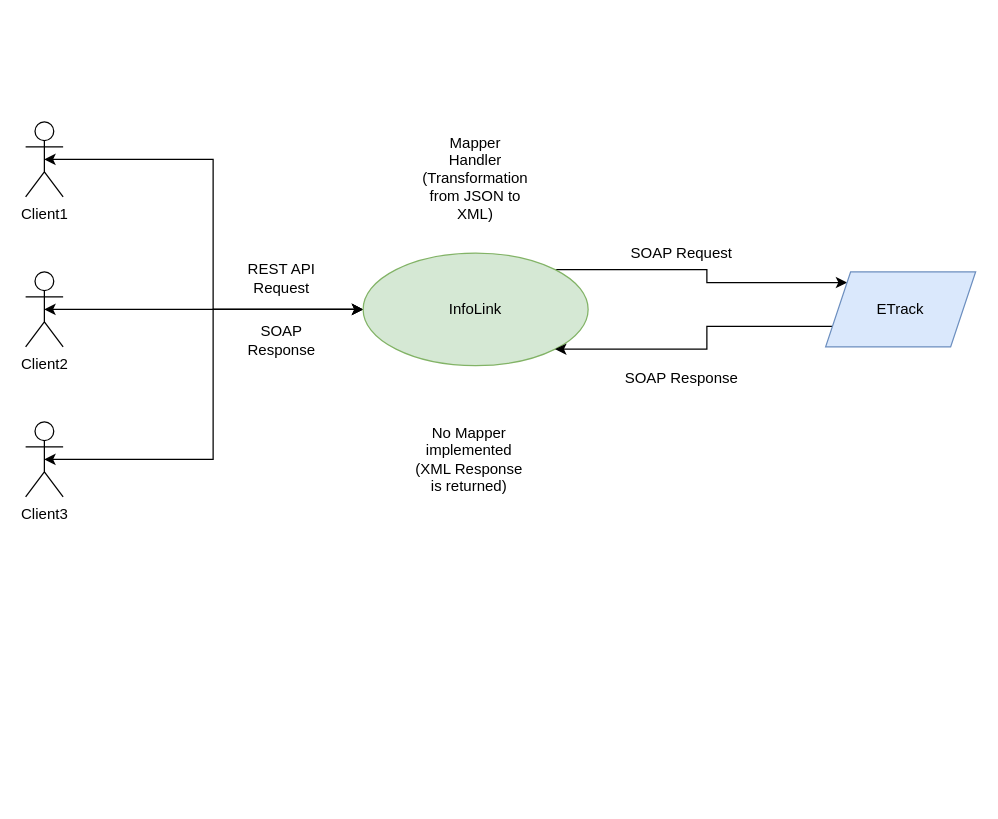
jassirwani/posta-mind-mapping keeps this draw.io diagram as Untitled Diagram.drawio. Above is the earlier version. Source tidied: cells renumbered, new cells numbered last; positions are measured from the earlier drawing's top-left corner, leaving out a move shared by most shapes. Both pictures are drawn from the tidied source at 125%, with x=0, y=0 at pixel (25, 109).
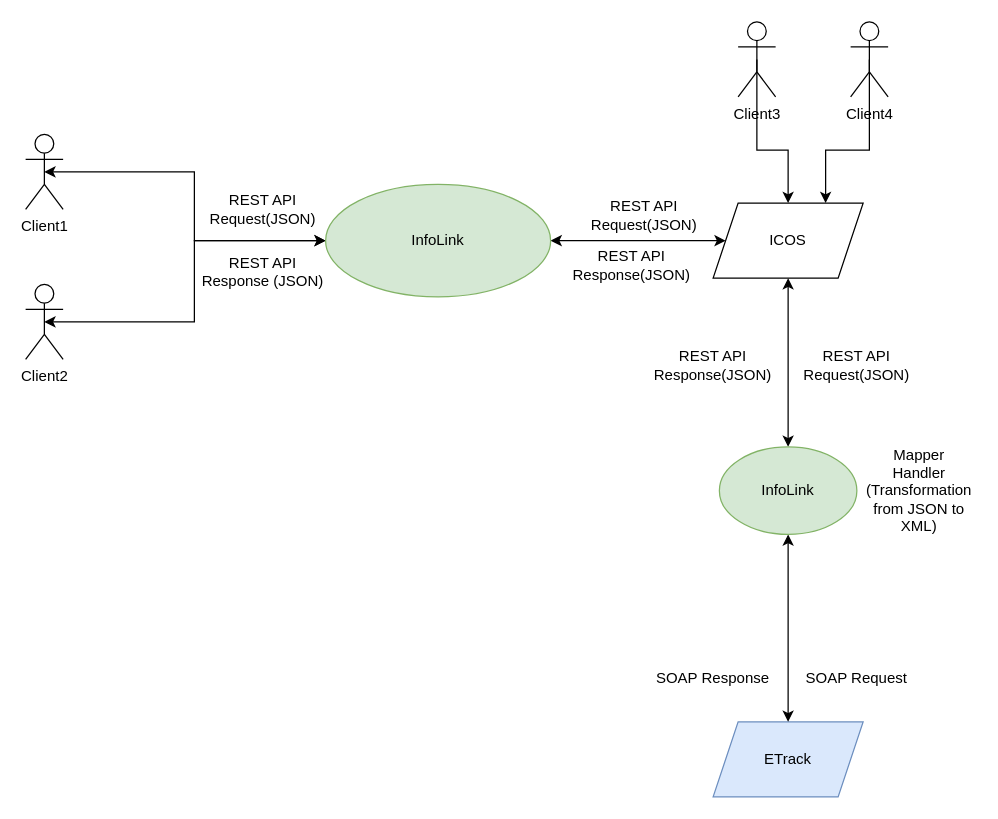
Above is the later version.

Diff of the diagram source:
```diff
@@
     <mxCell id="3" value="Client1" style="shape=umlActor;verticalLabelPosition=bottom;verticalAlign=top;html=1;outlineConnect=0;" parent="1" vertex="1">
-      <mxGeometry y="10" width="30" height="60" as="geometry" />
+      <mxGeometry y="20" width="30" height="60" as="geometry" />
     </mxCell>
-    <mxCell id="4" style="edgeStyle=orthogonalEdgeStyle;rounded=0;jettySize=auto;html=1;exitX=0.5;exitY=0.5;exitDx=0;exitDy=0;exitPerimeter=0;entryX=0;entryY=0.5;entryDx=0;entryDy=0;startArrow=classic;startFill=1;" parent="1" edge="1" source="5" target="9">
-      <mxGeometry relative="1" as="geometry" />
-    </mxCell>
-    <mxCell id="5" value="Client2" style="shape=umlActor;verticalLabelPosition=bottom;verticalAlign=top;html=1;outlineConnect=0;" parent="1" vertex="1">
-      <mxGeometry y="130" width="30" height="60" as="geometry" />
-    </mxCell>
@@
-    <mxCell id="7" value="Client3" style="shape=umlActor;verticalLabelPosition=bottom;verticalAlign=top;html=1;outlineConnect=0;" parent="1" vertex="1">
-      <mxGeometry y="250" width="30" height="60" as="geometry" />
+    <mxCell id="7" value="Client2" style="shape=umlActor;verticalLabelPosition=bottom;verticalAlign=top;html=1;outlineConnect=0;" parent="1" vertex="1">
+      <mxGeometry y="140" width="30" height="60" as="geometry" />
     </mxCell>
-    <mxCell id="8" style="edgeStyle=orthogonalEdgeStyle;rounded=0;jettySize=auto;html=1;exitX=1;exitY=0;exitDx=0;exitDy=0;entryX=0;entryY=0;entryDx=0;entryDy=0;" parent="1" edge="1" source="9" target="11">
-      <mxGeometry relative="1" as="geometry" />
-    </mxCell>
+    <mxCell id="18" style="edgeStyle=orthogonalEdgeStyle;rounded=0;jettySize=auto;html=1;exitX=1;exitY=0.5;exitDx=0;exitDy=0;entryX=0;entryY=0.5;entryDx=0;entryDy=0;startArrow=classic;startFill=1;" parent="1" edge="1" source="9" target="20">
+      <mxGeometry relative="1" as="geometry" />
+    </mxCell>
     <mxCell id="9" value="InfoLink" style="ellipse;whiteSpace=wrap;html=1;fillColor=#d5e8d4;strokeColor=#82b366;" parent="1" vertex="1">
-      <mxGeometry x="270" y="115" width="180" height="90" as="geometry" />
+      <mxGeometry x="240" y="60" width="180" height="90" as="geometry" />
     </mxCell>
-    <mxCell id="10" style="edgeStyle=orthogonalEdgeStyle;rounded=0;jettySize=auto;html=1;exitX=0;exitY=0.75;exitDx=0;exitDy=0;entryX=1;entryY=1;entryDx=0;entryDy=0;" parent="1" edge="1" source="11" target="9">
-      <mxGeometry relative="1" as="geometry" />
-    </mxCell>
     <mxCell id="11" value="ETrack" style="shape=parallelogram;perimeter=parallelogramPerimeter;whiteSpace=wrap;html=1;fixedSize=1;fillColor=#dae8fc;strokeColor=#6c8ebf;" parent="1" vertex="1">
-      <mxGeometry x="640" y="130" width="120" height="60" as="geometry" />
+      <mxGeometry x="550" y="490" width="120" height="60" as="geometry" />
     </mxCell>
-    <mxCell id="12" value="REST API Request" style="text;html=1;strokeColor=none;fillColor=none;align=center;verticalAlign=middle;whiteSpace=wrap;rounded=0;" parent="1" vertex="1">
-      <mxGeometry x="160" y="120" width="90" height="30" as="geometry" />
+    <mxCell id="12" value="REST API Request(JSON)" style="text;html=1;strokeColor=none;fillColor=none;align=center;verticalAlign=middle;whiteSpace=wrap;rounded=0;" parent="1" vertex="1">
+      <mxGeometry x="145" y="60" width="90" height="40" as="geometry" />
     </mxCell>
     <mxCell id="13" value="SOAP Response" style="text;html=1;strokeColor=none;fillColor=none;align=center;verticalAlign=middle;whiteSpace=wrap;rounded=0;" parent="1" vertex="1">
-      <mxGeometry x="470" y="200" width="110" height="30" as="geometry" />
+      <mxGeometry x="500" y="440" width="100" height="30" as="geometry" />
     </mxCell>
     <mxCell id="14" value="Mapper&lt;br&gt;Handler&lt;br&gt;(Transformation from JSON to XML)" style="text;html=1;strokeColor=none;fillColor=none;align=center;verticalAlign=middle;whiteSpace=wrap;rounded=0;" parent="1" vertex="1">
-      <mxGeometry x="315" width="90" height="110" as="geometry" />
+      <mxGeometry x="670" y="250" width="90" height="110" as="geometry" />
     </mxCell>
-    <mxCell id="15" value="SOAP Request" style="text;html=1;strokeColor=none;fillColor=none;align=center;verticalAlign=middle;whiteSpace=wrap;rounded=0;" parent="1" vertex="1">
-      <mxGeometry x="470" y="100" width="110" height="30" as="geometry" />
+    <mxCell id="15" value="REST API Request(JSON)" style="text;html=1;strokeColor=none;fillColor=none;align=center;verticalAlign=middle;whiteSpace=wrap;rounded=0;" parent="1" vertex="1">
+      <mxGeometry x="440" y="70" width="110" height="30" as="geometry" />
     </mxCell>
-    <mxCell id="16" value="SOAP Response" style="text;html=1;strokeColor=none;fillColor=none;align=center;verticalAlign=middle;whiteSpace=wrap;rounded=0;" parent="1" vertex="1">
-      <mxGeometry x="160" y="170" width="90" height="30" as="geometry" />
+    <mxCell id="16" value="REST API Response (JSON)" style="text;html=1;strokeColor=none;fillColor=none;align=center;verticalAlign=middle;whiteSpace=wrap;rounded=0;" parent="1" vertex="1">
+      <mxGeometry x="140" y="110" width="100" height="40" as="geometry" />
     </mxCell>
-    <mxCell id="17" value="No Mapper implemented (XML Response is returned)" style="text;html=1;strokeColor=none;fillColor=none;align=center;verticalAlign=middle;whiteSpace=wrap;rounded=0;" parent="1" vertex="1">
-      <mxGeometry x="310" y="225" width="90" height="110" as="geometry" />
-    </mxCell>
+    <mxCell id="19" style="edgeStyle=orthogonalEdgeStyle;rounded=0;jettySize=auto;html=1;exitX=0.5;exitY=1;exitDx=0;exitDy=0;entryX=0.5;entryY=0;entryDx=0;entryDy=0;startArrow=classic;startFill=1;" parent="1" edge="1" source="20" target="22">
+      <mxGeometry relative="1" as="geometry" />
+    </mxCell>
+    <mxCell id="20" value="ICOS" style="shape=parallelogram;perimeter=parallelogramPerimeter;whiteSpace=wrap;html=1;fixedSize=1;" parent="1" vertex="1">
+      <mxGeometry x="550" y="75" width="120" height="60" as="geometry" />
+    </mxCell>
+    <mxCell id="21" style="edgeStyle=orthogonalEdgeStyle;rounded=0;jettySize=auto;html=1;exitX=0.5;exitY=1;exitDx=0;exitDy=0;entryX=0.5;entryY=0;entryDx=0;entryDy=0;startArrow=classic;startFill=1;" parent="1" edge="1" source="22" target="11">
+      <mxGeometry relative="1" as="geometry" />
+    </mxCell>
+    <mxCell id="22" value="InfoLink" style="ellipse;whiteSpace=wrap;html=1;fillColor=#d5e8d4;strokeColor=#82b366;" parent="1" vertex="1">
+      <mxGeometry x="555" y="270" width="110" height="70" as="geometry" />
+    </mxCell>
+    <mxCell id="23" value="SOAP Request" style="text;html=1;strokeColor=none;fillColor=none;align=center;verticalAlign=middle;whiteSpace=wrap;rounded=0;" parent="1" vertex="1">
+      <mxGeometry x="620" y="440" width="90" height="30" as="geometry" />
+    </mxCell>
+    <mxCell id="24" value="REST API Response(JSON)" style="text;html=1;strokeColor=none;fillColor=none;align=center;verticalAlign=middle;whiteSpace=wrap;rounded=0;" parent="1" vertex="1">
+      <mxGeometry x="430" y="110" width="110" height="30" as="geometry" />
+    </mxCell>
+    <mxCell id="25" value="REST API Request(JSON)" style="text;html=1;strokeColor=none;fillColor=none;align=center;verticalAlign=middle;whiteSpace=wrap;rounded=0;" parent="1" vertex="1">
+      <mxGeometry x="610" y="190" width="110" height="30" as="geometry" />
+    </mxCell>
+    <mxCell id="26" value="REST API Response(JSON)" style="text;html=1;strokeColor=none;fillColor=none;align=center;verticalAlign=middle;whiteSpace=wrap;rounded=0;" parent="1" vertex="1">
+      <mxGeometry x="495" y="190" width="110" height="30" as="geometry" />
+    </mxCell>
+    <mxCell id="27" style="edgeStyle=orthogonalEdgeStyle;rounded=0;jettySize=auto;html=1;exitX=0.5;exitY=0.5;exitDx=0;exitDy=0;exitPerimeter=0;entryX=0.5;entryY=0;entryDx=0;entryDy=0;" parent="1" edge="1" source="28" target="20">
+      <mxGeometry relative="1" as="geometry" />
+    </mxCell>
+    <mxCell id="28" value="Client3" style="shape=umlActor;verticalLabelPosition=bottom;verticalAlign=top;html=1;outlineConnect=0;" parent="1" vertex="1">
+      <mxGeometry x="570" y="-70" width="30" height="60" as="geometry" />
+    </mxCell>
+    <mxCell id="29" style="edgeStyle=orthogonalEdgeStyle;rounded=0;jettySize=auto;html=1;exitX=0.5;exitY=0.5;exitDx=0;exitDy=0;exitPerimeter=0;entryX=0.75;entryY=0;entryDx=0;entryDy=0;" parent="1" edge="1" source="30" target="20">
+      <mxGeometry relative="1" as="geometry" />
+    </mxCell>
+    <mxCell id="30" value="Client4" style="shape=umlActor;verticalLabelPosition=bottom;verticalAlign=top;html=1;outlineConnect=0;" parent="1" vertex="1">
+      <mxGeometry x="660" y="-70" width="30" height="60" as="geometry" />
+    </mxCell>
```
